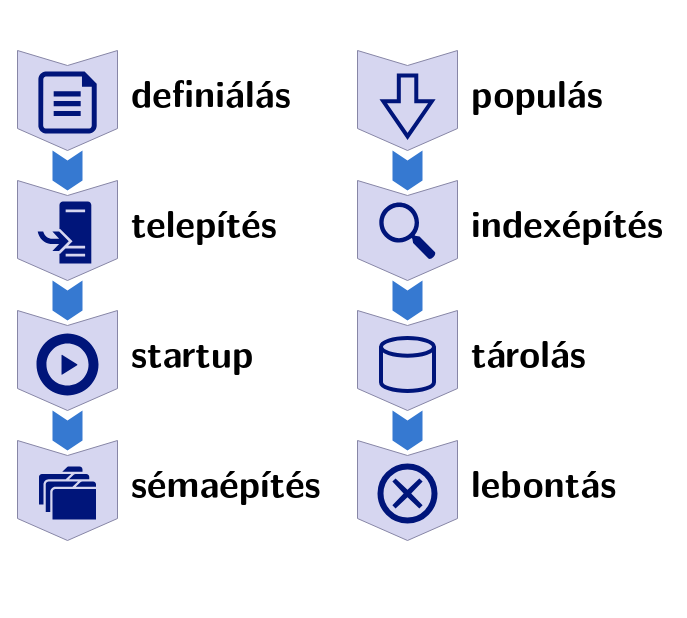
The draw.io diagram prez-2025-otdk/src/diagram/database-tasks-compressed.drawio in davidsusu/holodb-tdk, before the edit. Source tidied: cells renumbered, new cells numbered last; positions are measured from the earlier drawing's top-left corner, leaving out a move shared by most shapes. Both pictures are drawn from the tidied source at 100%, with x=0, y=0 at pixel (17, 50).
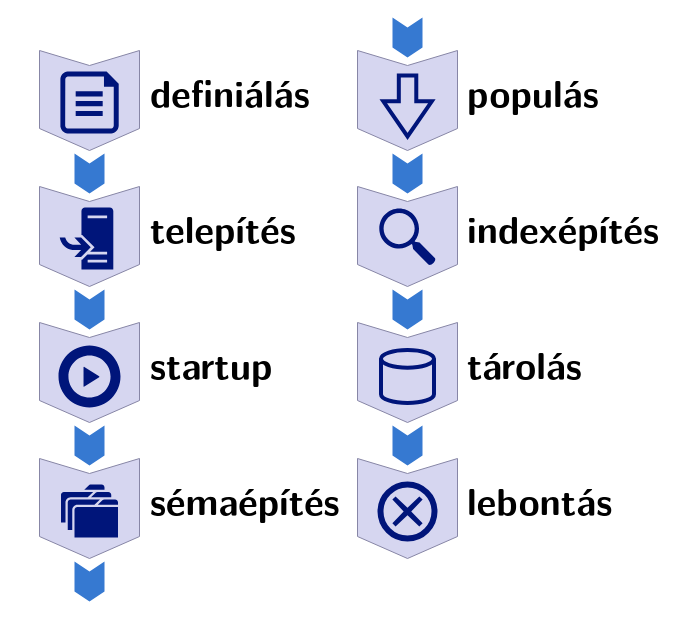
After the change.

Change to the diagram source:
```diff
@@
     <mxCell id="2" style="html=1;shadow=0;dashed=0;align=center;verticalAlign=middle;shape=mxgraph.arrows2.arrow;dy=0;dx=22;notch=15;direction=south;fillColor=#D6D6F0;strokeColor=#8786A6;" parent="1" vertex="1">
-      <mxGeometry width="100" height="100" as="geometry" />
+      <mxGeometry x="22" width="100" height="100" as="geometry" />
     </mxCell>
     <mxCell id="3" value="definiálás" style="text;strokeColor=none;fillColor=none;html=1;fontSize=38;fontStyle=1;verticalAlign=middle;align=left;fontFamily=Latin Modern Sans;horizontal=1;" parent="1" vertex="1">
-      <mxGeometry x="112" y="8" width="200" height="65" as="geometry" />
+      <mxGeometry x="131" y="8" width="200" height="65" as="geometry" />
     </mxCell>
     <mxCell id="4" style="html=1;shadow=0;dashed=0;align=center;verticalAlign=middle;shape=mxgraph.arrows2.arrow;dy=0;dx=22;notch=15;direction=south;fillColor=#D6D6F0;strokeColor=#8786A6;" parent="1" vertex="1">
-      <mxGeometry y="130" width="100" height="100" as="geometry" />
+      <mxGeometry x="22" y="136" width="100" height="100" as="geometry" />
     </mxCell>
     <mxCell id="5" style="html=1;shadow=0;dashed=0;align=center;verticalAlign=middle;shape=mxgraph.arrows2.arrow;dy=0;dx=10;notch=10;direction=south;labelBackgroundColor=none;strokeColor=none;fillColor=#3679D1;" parent="1" vertex="1">
-      <mxGeometry x="35" y="100" width="30" height="40" as="geometry" />
+      <mxGeometry x="57" y="103" width="30" height="40" as="geometry" />
     </mxCell>
     <mxCell id="6" value="telepítés" style="text;strokeColor=none;fillColor=none;html=1;fontSize=38;fontStyle=1;verticalAlign=middle;align=left;fontFamily=Latin Modern Sans;horizontal=1;" parent="1" vertex="1">
-      <mxGeometry x="112" y="138" width="200" height="65" as="geometry" />
+      <mxGeometry x="131" y="144" width="200" height="65" as="geometry" />
     </mxCell>
     <mxCell id="7" style="html=1;shadow=0;dashed=0;align=center;verticalAlign=middle;shape=mxgraph.arrows2.arrow;dy=0;dx=22;notch=15;direction=south;fillColor=#D6D6F0;strokeColor=#8786A6;" parent="1" vertex="1">
-      <mxGeometry y="260" width="100" height="100" as="geometry" />
+      <mxGeometry x="22" y="272" width="100" height="100" as="geometry" />
     </mxCell>
     <mxCell id="8" style="html=1;shadow=0;dashed=0;align=center;verticalAlign=middle;shape=mxgraph.arrows2.arrow;dy=0;dx=10;notch=10;direction=south;labelBackgroundColor=none;strokeColor=none;fillColor=#3679D1;" parent="1" vertex="1">
-      <mxGeometry x="35" y="230" width="30" height="40" as="geometry" />
+      <mxGeometry x="57" y="239" width="30" height="40" as="geometry" />
     </mxCell>
     <mxCell id="9" value="startup" style="text;strokeColor=none;fillColor=none;html=1;fontSize=38;fontStyle=1;verticalAlign=middle;align=left;fontFamily=Latin Modern Sans;horizontal=1;" parent="1" vertex="1">
-      <mxGeometry x="112" y="268" width="199" height="65" as="geometry" />
+      <mxGeometry x="131" y="280" width="199" height="65" as="geometry" />
     </mxCell>
     <mxCell id="10" style="html=1;shadow=0;dashed=0;align=center;verticalAlign=middle;shape=mxgraph.arrows2.arrow;dy=0;dx=22;notch=15;direction=south;fillColor=#D6D6F0;strokeColor=#8786A6;" parent="1" vertex="1">
-      <mxGeometry y="390" width="100" height="100" as="geometry" />
+      <mxGeometry x="22" y="408" width="100" height="100" as="geometry" />
     </mxCell>
     <mxCell id="11" style="html=1;shadow=0;dashed=0;align=center;verticalAlign=middle;shape=mxgraph.arrows2.arrow;dy=0;dx=10;notch=10;direction=south;labelBackgroundColor=none;strokeColor=none;fillColor=#3679D1;" parent="1" vertex="1">
-      <mxGeometry x="35" y="360" width="30" height="40" as="geometry" />
+      <mxGeometry x="57" y="375" width="30" height="40" as="geometry" />
     </mxCell>
     <mxCell id="12" value="sémaépítés" style="text;strokeColor=none;fillColor=none;html=1;fontSize=38;fontStyle=1;verticalAlign=middle;align=left;fontFamily=Latin Modern Sans;horizontal=1;" parent="1" vertex="1">
-      <mxGeometry x="112" y="398" width="200" height="65" as="geometry" />
+      <mxGeometry x="131" y="416" width="200" height="65" as="geometry" />
     </mxCell>
@@
     <mxCell id="14" value="populás" style="text;strokeColor=none;fillColor=none;html=1;fontSize=38;fontStyle=1;verticalAlign=middle;align=left;fontFamily=Latin Modern Sans;horizontal=1;" parent="1" vertex="1">
-      <mxGeometry x="452" y="8" width="200" height="65" as="geometry" />
+      <mxGeometry x="448" y="8" width="200" height="65" as="geometry" />
     </mxCell>
     <mxCell id="15" style="html=1;shadow=0;dashed=0;align=center;verticalAlign=middle;shape=mxgraph.arrows2.arrow;dy=0;dx=22;notch=15;direction=south;fillColor=#D6D6F0;strokeColor=#8786A6;" parent="1" vertex="1">
-      <mxGeometry x="340" y="130" width="100" height="100" as="geometry" />
+      <mxGeometry x="340" y="136" width="100" height="100" as="geometry" />
     </mxCell>
     <mxCell id="16" style="html=1;shadow=0;dashed=0;align=center;verticalAlign=middle;shape=mxgraph.arrows2.arrow;dy=0;dx=10;notch=10;direction=south;labelBackgroundColor=none;strokeColor=none;fillColor=#3679D1;" parent="1" vertex="1">
-      <mxGeometry x="375" y="100" width="30" height="40" as="geometry" />
+      <mxGeometry x="375" y="103" width="30" height="40" as="geometry" />
     </mxCell>
     <mxCell id="17" value="indexépítés" style="text;strokeColor=none;fillColor=none;html=1;fontSize=38;fontStyle=1;verticalAlign=middle;align=left;fontFamily=Latin Modern Sans;horizontal=1;" parent="1" vertex="1">
-      <mxGeometry x="452" y="138" width="200" height="65" as="geometry" />
+      <mxGeometry x="448" y="144" width="200" height="65" as="geometry" />
     </mxCell>
     <mxCell id="18" style="html=1;shadow=0;dashed=0;align=center;verticalAlign=middle;shape=mxgraph.arrows2.arrow;dy=0;dx=22;notch=15;direction=south;fillColor=#D6D6F0;strokeColor=#8786A6;" parent="1" vertex="1">
-      <mxGeometry x="340" y="260" width="100" height="100" as="geometry" />
+      <mxGeometry x="340" y="272" width="100" height="100" as="geometry" />
     </mxCell>
     <mxCell id="19" style="html=1;shadow=0;dashed=0;align=center;verticalAlign=middle;shape=mxgraph.arrows2.arrow;dy=0;dx=10;notch=10;direction=south;labelBackgroundColor=none;strokeColor=none;fillColor=#3679D1;" parent="1" vertex="1">
-      <mxGeometry x="375" y="230" width="30" height="40" as="geometry" />
+      <mxGeometry x="375" y="239" width="30" height="40" as="geometry" />
     </mxCell>
     <mxCell id="20" value="tárolás" style="text;strokeColor=none;fillColor=none;html=1;fontSize=38;fontStyle=1;verticalAlign=middle;align=left;fontFamily=Latin Modern Sans;horizontal=1;" parent="1" vertex="1">
-      <mxGeometry x="452" y="268" width="200" height="65" as="geometry" />
+      <mxGeometry x="448" y="280" width="200" height="65" as="geometry" />
     </mxCell>
     <mxCell id="21" style="html=1;shadow=0;dashed=0;align=center;verticalAlign=middle;shape=mxgraph.arrows2.arrow;dy=0;dx=22;notch=15;direction=south;fillColor=#D6D6F0;strokeColor=#8786A6;" parent="1" vertex="1">
-      <mxGeometry x="340" y="390" width="100" height="100" as="geometry" />
+      <mxGeometry x="340" y="408" width="100" height="100" as="geometry" />
     </mxCell>
     <mxCell id="22" style="html=1;shadow=0;dashed=0;align=center;verticalAlign=middle;shape=mxgraph.arrows2.arrow;dy=0;dx=10;notch=10;direction=south;labelBackgroundColor=none;strokeColor=none;fillColor=#3679D1;" parent="1" vertex="1">
-      <mxGeometry x="375" y="360" width="30" height="40" as="geometry" />
+      <mxGeometry x="375" y="375" width="30" height="40" as="geometry" />
     </mxCell>
     <mxCell id="23" value="lebontás" style="text;strokeColor=none;fillColor=none;html=1;fontSize=38;fontStyle=1;verticalAlign=middle;align=left;fontFamily=Latin Modern Sans;horizontal=1;" parent="1" vertex="1">
-      <mxGeometry x="452" y="398" width="200" height="65" as="geometry" />
+      <mxGeometry x="448" y="416" width="200" height="65" as="geometry" />
     </mxCell>
     <mxCell id="24" style="sketch=0;shadow=0;dashed=0;html=1;strokeColor=none;labelPosition=center;verticalLabelPosition=bottom;verticalAlign=top;align=center;fillColor=#00157A;shape=mxgraph.azure.file;" parent="1" vertex="1">
-      <mxGeometry x="20.9" y="21" width="58.3" height="62" as="geometry" />
+      <mxGeometry x="42.9" y="21" width="58.3" height="62" as="geometry" />
     </mxCell>
     <mxCell id="25" style="sketch=0;shadow=0;dashed=0;html=1;strokeColor=none;fillColor=#00157A;labelPosition=center;verticalLabelPosition=bottom;verticalAlign=top;align=center;shape=mxgraph.office.concepts.install;" parent="1" vertex="1">
-      <mxGeometry x="20.2" y="151" width="53.6" height="62" as="geometry" />
+      <mxGeometry x="42.2" y="157" width="53.6" height="62" as="geometry" />
     </mxCell>
     <mxCell id="26" style="sketch=0;html=1;strokeColor=none;shadow=0;fillColor=#00157A;verticalAlign=top;labelPosition=center;verticalLabelPosition=bottom;shape=mxgraph.gcp2.play_start;" parent="1" vertex="1">
-      <mxGeometry x="19" y="283" width="62" height="62" as="geometry" />
+      <mxGeometry x="41" y="295" width="62" height="62" as="geometry" />
     </mxCell>
     <mxCell id="27" style="sketch=0;shadow=0;dashed=0;html=1;strokeColor=none;fillColor=#00157A;labelPosition=center;verticalLabelPosition=bottom;verticalAlign=top;align=center;shape=mxgraph.office.concepts.folders;" parent="1" vertex="1">
-      <mxGeometry x="21.5" y="416" width="57" height="53" as="geometry" />
+      <mxGeometry x="43.5" y="434" width="57" height="53" as="geometry" />
     </mxCell>
     <mxCell id="28" style="strokeWidth=4;html=1;shape=mxgraph.flowchart.database;whiteSpace=wrap;strokeColor=#00157A;fillColor=none;" parent="1" vertex="1">
-      <mxGeometry x="363.5" y="287.5" width="53" height="53" as="geometry" />
+      <mxGeometry x="363.5" y="299.5" width="53" height="53" as="geometry" />
     </mxCell>
     <mxCell id="29" style="shape=mxgraph.bpmn.event;html=1;verticalLabelPosition=bottom;labelBackgroundColor=#ffffff;verticalAlign=top;align=center;perimeter=ellipsePerimeter;outline=end;symbol=cancel;fillColor=none;strokeWidth=2;strokeColor=#00157A;" parent="1" vertex="1">
-      <mxGeometry x="363" y="416" width="54" height="54" as="geometry" />
+      <mxGeometry x="363" y="434" width="54" height="54" as="geometry" />
     </mxCell>
     <mxCell id="30" style="sketch=0;html=1;strokeColor=none;shadow=0;fillColor=#00157A;verticalAlign=top;labelPosition=center;verticalLabelPosition=bottom;shape=mxgraph.gcp2.search;" parent="1" vertex="1">
-      <mxGeometry x="361.8" y="152" width="56.4" height="57" as="geometry" />
+      <mxGeometry x="361.8" y="158" width="56.4" height="57" as="geometry" />
     </mxCell>
@@
+    <mxCell id="32" style="html=1;shadow=0;dashed=0;align=center;verticalAlign=middle;shape=mxgraph.arrows2.arrow;dy=0;dx=10;notch=10;direction=south;labelBackgroundColor=none;strokeColor=none;fillColor=#3679D1;" parent="1" vertex="1">
+      <mxGeometry x="57" y="511" width="30" height="40" as="geometry" />
+    </mxCell>
+    <mxCell id="33" style="html=1;shadow=0;dashed=0;align=center;verticalAlign=middle;shape=mxgraph.arrows2.arrow;dy=0;dx=10;notch=10;direction=south;labelBackgroundColor=none;strokeColor=none;fillColor=#3679D1;" parent="1" vertex="1">
+      <mxGeometry x="375" y="-33" width="30" height="40" as="geometry" />
+    </mxCell>
```
